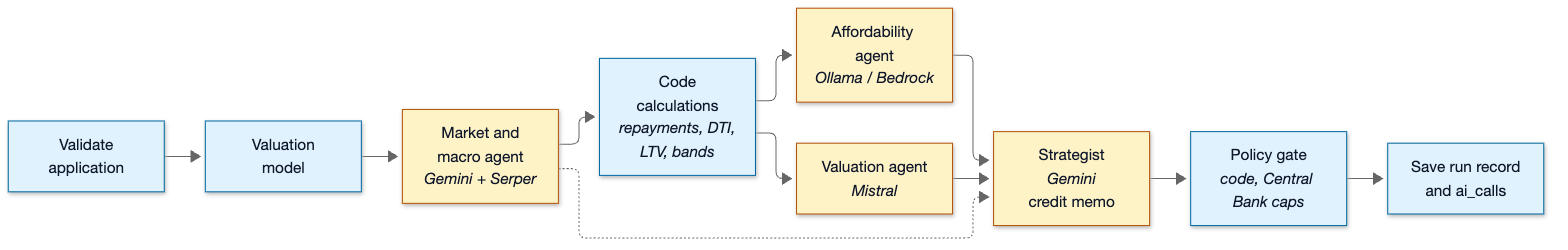
Earlier version of the Mermaid export docs/diagrams/05-committee-pipeline.png (CS3-Agentic-Lender/agentic-lender). Its source is kept beside it as docs/diagrams/05-committee-pipeline.mmd. Source of this version:
```mermaid
flowchart LR
  A["Validate<br/>application"] --> B["Valuation<br/>model"]
  B --> C["Market and<br/>macro agent<br/><i>Gemini + Serper</i>"]
  C --> D["Code<br/>calculations<br/><i>repayments, DTI,<br/>LTV, bands</i>"]
  D --> E1["Affordability agent<br/><i>Ollama / Bedrock</i>"]
  D --> E2["Valuation agent<br/><i>Groq</i>"]
  E1 --> F["Strategist<br/><i>Gemini</i><br/>credit memo"]
  E2 --> F
  C -.-> F
  F --> G["Policy gate<br/><i>code, Central Bank caps</i>"]
  G --> H["Save run record<br/>and ai_calls"]

  classDef code fill:#E0F2FE,stroke:#0369A1,color:#0F172A
  classDef llm fill:#FEF3C7,stroke:#B45309,color:#0F172A
  classDef plain fill:#F1F5F9,stroke:#475569,color:#0F172A
  class A,B,D,G,H code
  class C,E1,E2,F llm
```
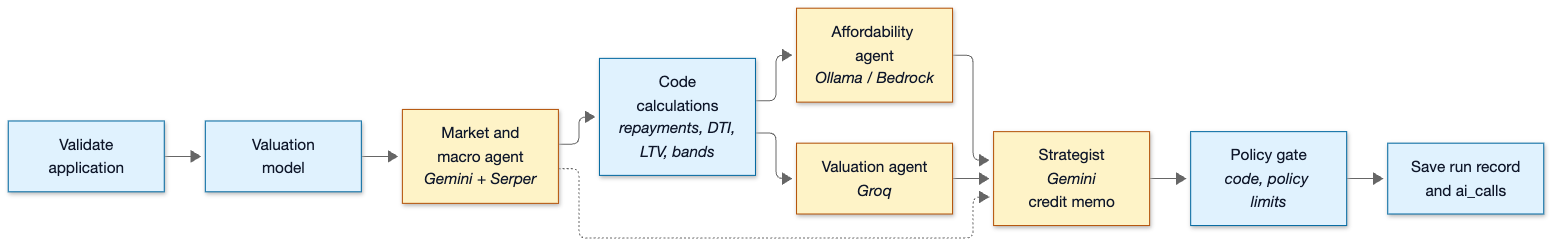
The same diagram one commit later.

Change to the diagram source:
```diff
@@ -7,7 +7,7 @@
   E1 --> F["Strategist<br/><i>Gemini</i><br/>credit memo"]
   E2 --> F
   C -.-> F
-  F --> G["Policy gate<br/><i>code, Central Bank caps</i>"]
+  F --> G["Policy gate<br/><i>code, policy limits</i>"]
   G --> H["Save run record<br/>and ai_calls"]
 
   classDef code fill:#E0F2FE,stroke:#0369A1,color:#0F172A
```
